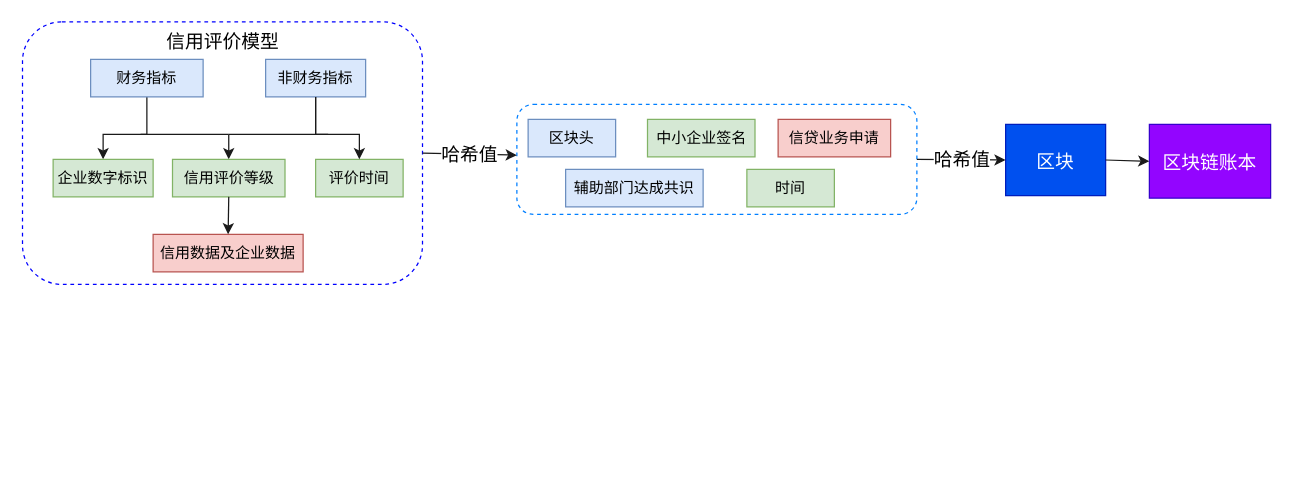
Above: 未命名绘图.drawio in Soldier33/v3 (draw.io), before the change. Source tidied: cells renumbered, new cells numbered last; positions are measured from the earlier drawing's top-left corner, leaving out a move shared by most shapes. Both pictures are drawn from the tidied source at 125%, with x=0, y=0 at pixel (22, 21).
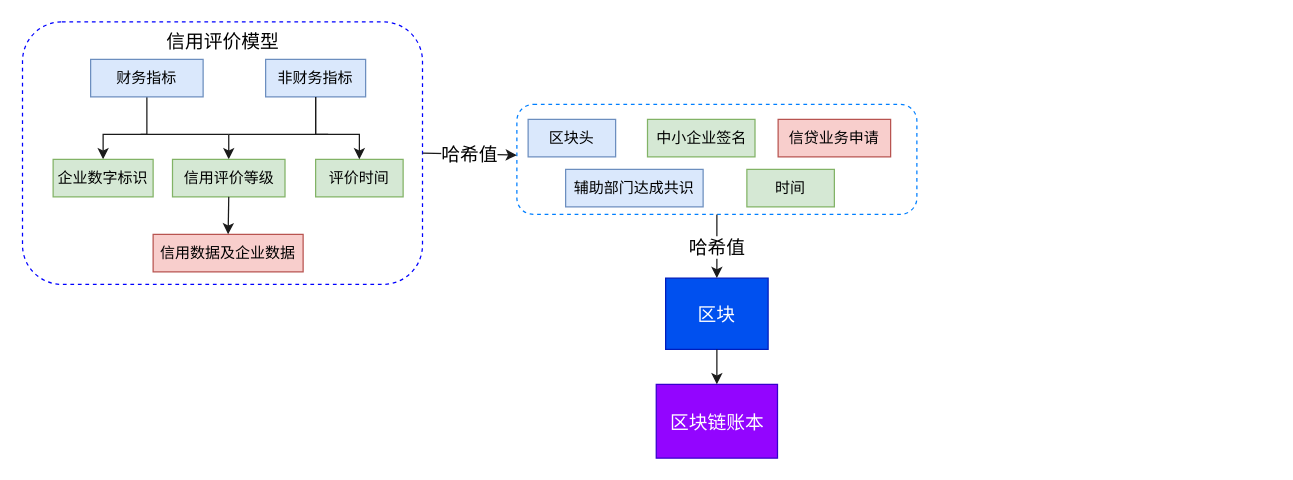
After the change.

Unchanged cells that the change refers to:
```xml
<mxCell id="3" style="rounded=1;whiteSpace=wrap;html=1;dashed=1;strokeColor=#007FFF;" parent="1" vertex="1">
  <mxGeometry x="395" y="66" width="320" height="88" as="geometry" />
</mxCell>
```

Diff of the diagram source:
```diff
@@
     <mxCell id="10" value="区块" style="rounded=0;whiteSpace=wrap;html=1;fontSize=15;fillColor=#0050ef;strokeColor=#001DBC;fontColor=#ffffff;" parent="1" vertex="1">
-      <mxGeometry x="786" y="82" width="80" height="57" as="geometry" />
+      <mxGeometry x="514" y="205" width="82" height="57" as="geometry" />
     </mxCell>
-    <mxCell id="11" value="哈希值" style="endArrow=classic;html=1;rounded=0;fontSize=15;strokeColor=#1A1A1A;entryX=0;entryY=0.5;entryDx=0;entryDy=0;exitX=1;exitY=0.5;exitDx=0;exitDy=0;" parent="1" edge="1" source="3" target="10">
+    <mxCell id="11" value="哈希值" style="endArrow=classic;html=1;rounded=0;fontSize=15;strokeColor=#1A1A1A;entryX=0.5;entryY=0;entryDx=0;entryDy=0;exitX=0.5;exitY=1;exitDx=0;exitDy=0;" parent="1" edge="1" source="3" target="10">
       <mxGeometry relative="1" as="geometry" />
     </mxCell>
     <mxCell id="12" value="区块链账本" style="rounded=0;whiteSpace=wrap;html=1;fontSize=15;fillColor=#9305FF;strokeColor=#3700CC;fontColor=#ffffff;" parent="1" vertex="1">
-      <mxGeometry x="901" y="82" width="97" height="59" as="geometry" />
+      <mxGeometry x="506.5" y="290" width="97" height="59" as="geometry" />
     </mxCell>
-    <mxCell id="13" style="endArrow=classic;html=1;rounded=0;fontSize=15;strokeColor=#1A1A1A;entryX=0;entryY=0.5;entryDx=0;entryDy=0;exitX=1;exitY=0.5;exitDx=0;exitDy=0;" parent="1" edge="1" source="10" target="12">
+    <mxCell id="13" style="endArrow=classic;html=1;rounded=0;fontSize=15;strokeColor=#1A1A1A;entryX=0.5;entryY=0;entryDx=0;entryDy=0;exitX=0.5;exitY=1;exitDx=0;exitDy=0;" parent="1" edge="1" source="10" target="12">
       <mxGeometry relative="1" as="geometry" />
     </mxCell>
```
